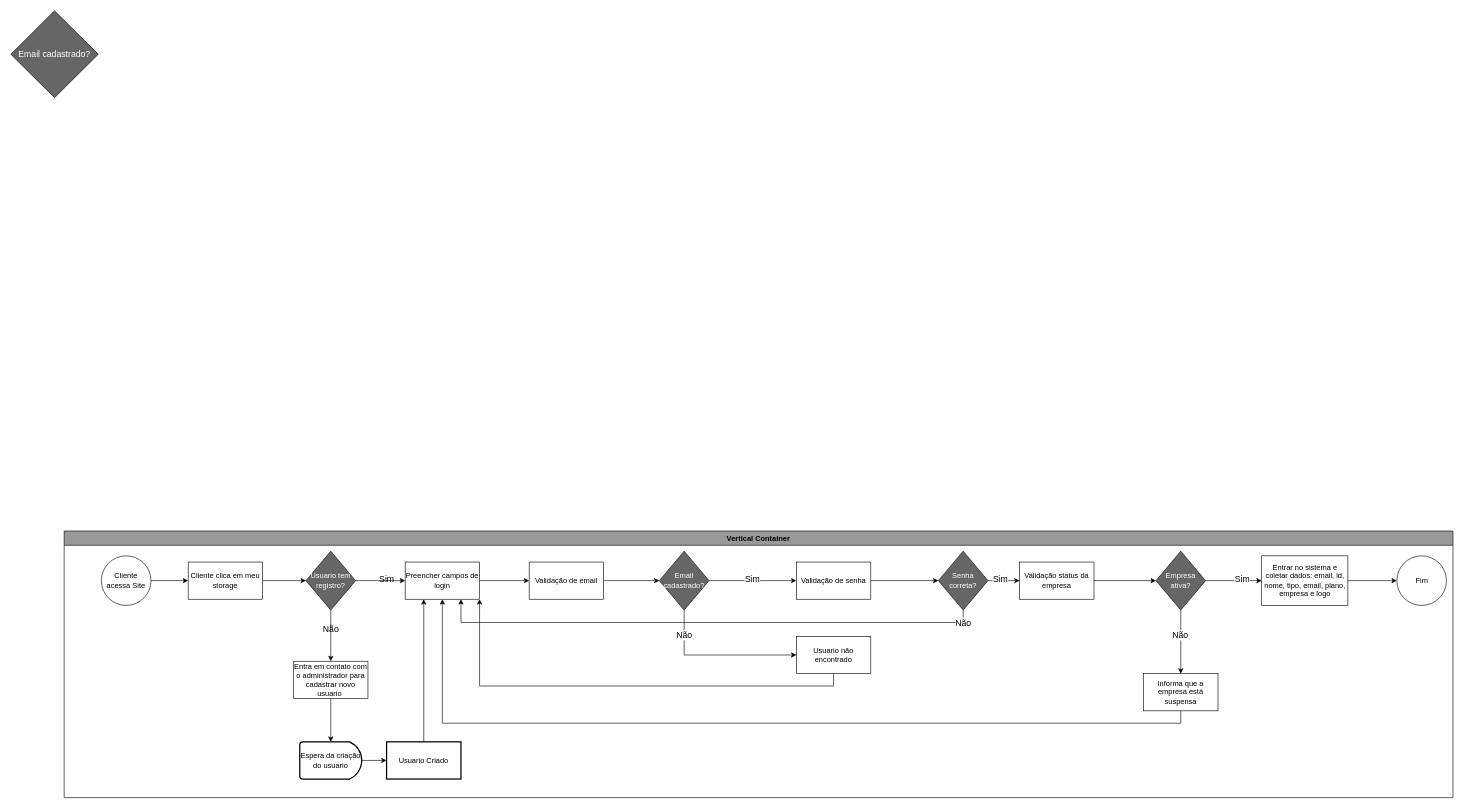
The draw.io diagram page "Login cliente" (6 of 7) of fluxogramas/YS-Fluxo.drawio in eothigas/YS_Storage, before the edit. Source tidied: cells renumbered, new cells numbered last; positions are measured from the earlier drawing's top-left corner, leaving out a move shared by most shapes. Both pictures are drawn from the tidied source at 62%, with x=0, y=0 at pixel (11, 11).
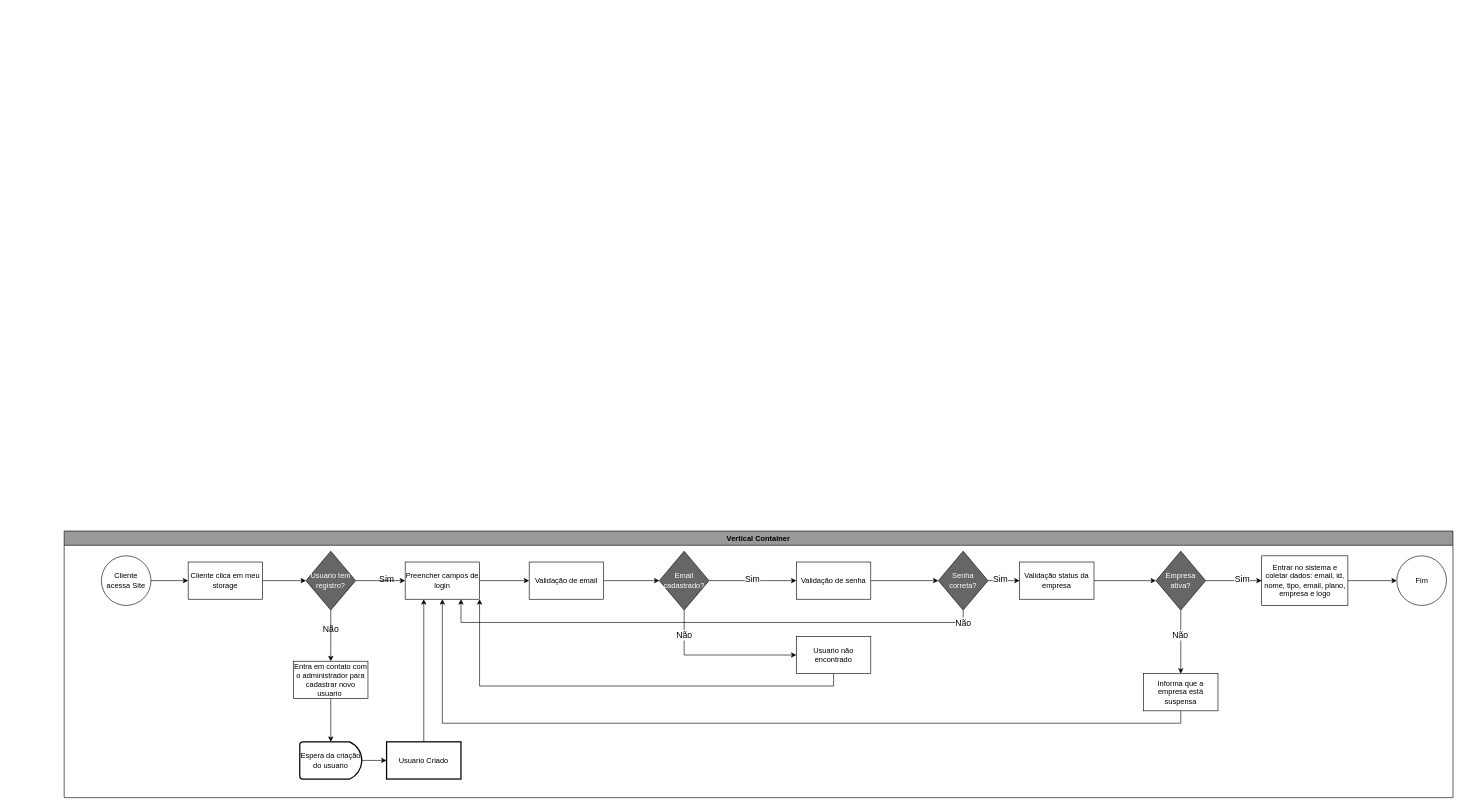
After the change.

Diff of the diagram source:
```diff
@@
-    <mxCell id="47" value="&lt;span style=&quot;color: rgb(255, 255, 255);&quot;&gt;&lt;font style=&quot;font-size: 14px;&quot;&gt;Email cadastrado?&lt;/font&gt;&lt;/span&gt;" style="rhombus;whiteSpace=wrap;html=1;fillColor=#666666;" parent="1" vertex="1">
-      <mxGeometry width="141" height="140" as="geometry" />
-    </mxCell>
```
